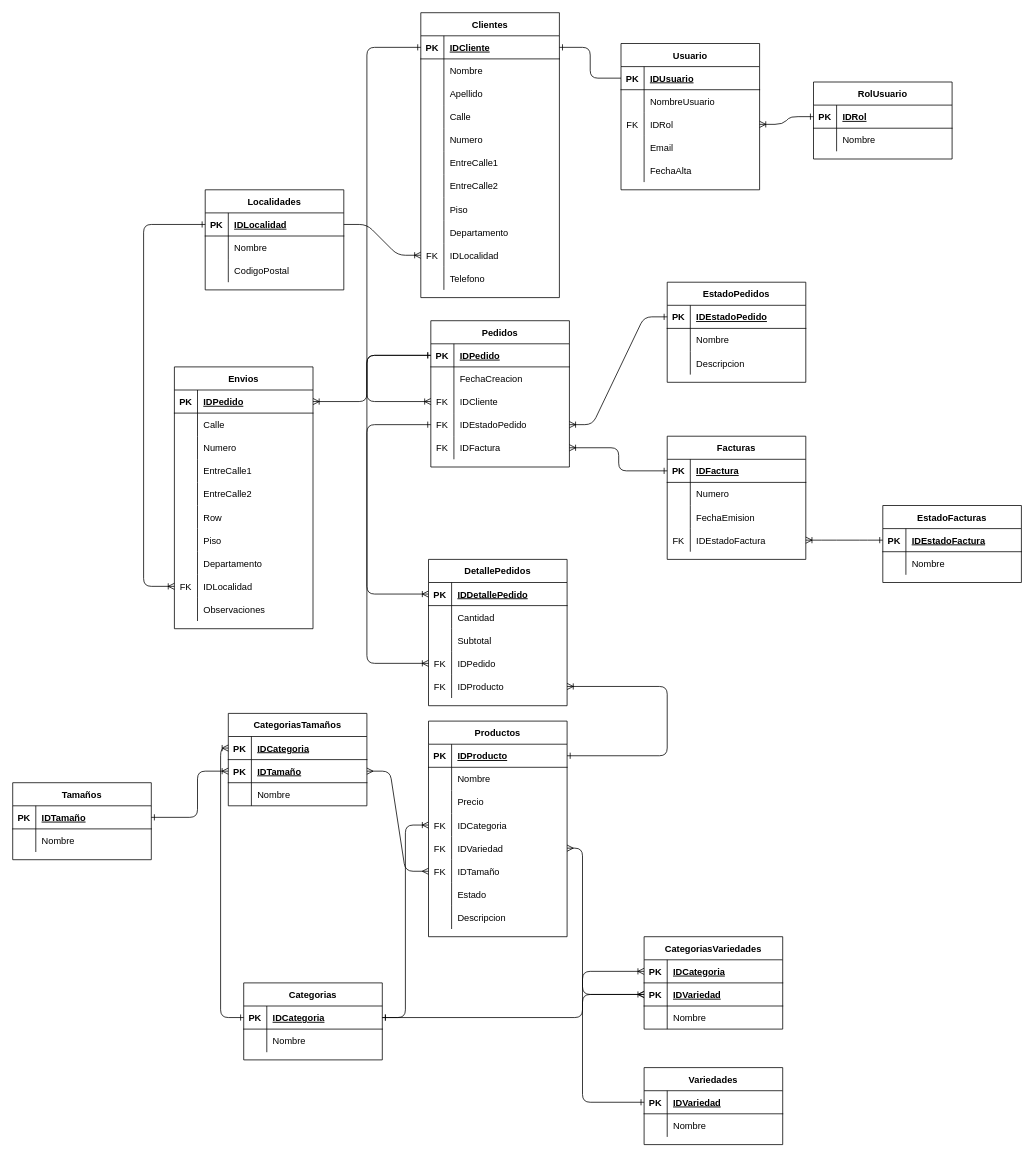
Earlier version of the draw.io diagram Delivery DER.drawio (RailGun15/laboratorio3-20202c). Source tidied: cells renumbered, new cells numbered last; positions are measured from the earlier drawing's top-left corner, leaving out a move shared by most shapes. Both pictures are drawn from the tidied source at 77%, with x=0, y=0 at pixel (12, 12).
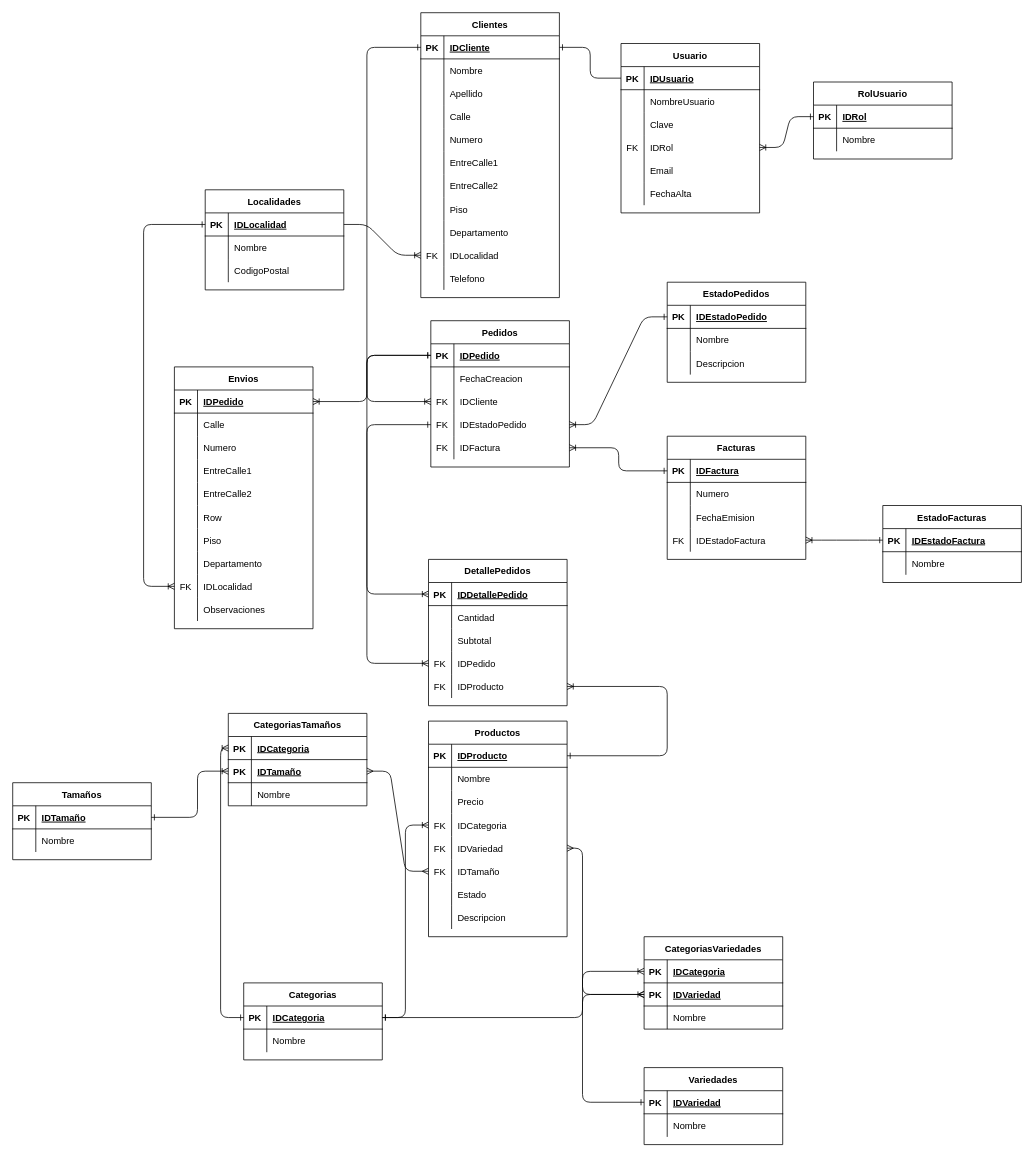
Above is the later version.

What changed in the source:
```diff
@@
     <mxCell id="206" value="Usuario" style="shape=table;startSize=30;childLayout=tableLayout;rowLines=0;fontStyle=1;align=center;" parent="1" vertex="1">
-      <mxGeometry x="790" y="40" width="180" height="190" as="geometry" />
+      <mxGeometry x="790" y="40" width="180" height="220" as="geometry" />
     </mxCell>
@@
+    <mxCell id="247" style="shape=partialRectangle;fillColor=none;top=0;left=0;bottom=0;right=0;" parent="206" vertex="1">
+      <mxGeometry y="90" width="180" height="30" as="geometry" />
+    </mxCell>
+    <mxCell id="248" style="shape=partialRectangle;fillColor=none;top=0;left=0;bottom=0;right=0;overflow=hidden;" parent="247" vertex="1">
+      <mxGeometry width="30" height="30" as="geometry" />
+    </mxCell>
+    <mxCell id="249" value="Clave" style="shape=partialRectangle;fillColor=none;top=0;left=0;bottom=0;right=0;align=left;spacingLeft=6;overflow=hidden;" parent="247" vertex="1">
+      <mxGeometry x="30" width="150" height="30" as="geometry" />
+    </mxCell>
     <mxCell id="213" style="shape=partialRectangle;fillColor=none;top=0;left=0;bottom=0;right=0;points=[[0,0.5],[1,0.5]];portConstraint=eastwest;" parent="206" vertex="1">
-      <mxGeometry y="90" width="180" height="30" as="geometry" />
+      <mxGeometry y="120" width="180" height="30" as="geometry" />
     </mxCell>
@@
     <mxCell id="216" style="shape=partialRectangle;fillColor=none;top=0;left=0;bottom=0;right=0;" parent="206" vertex="1">
-      <mxGeometry y="120" width="180" height="30" as="geometry" />
+      <mxGeometry y="150" width="180" height="30" as="geometry" />
     </mxCell>
@@
     <mxCell id="219" style="shape=partialRectangle;fillColor=none;top=0;left=0;bottom=0;right=0;" parent="206" vertex="1">
-      <mxGeometry y="150" width="180" height="30" as="geometry" />
+      <mxGeometry y="180" width="180" height="30" as="geometry" />
     </mxCell>
```
